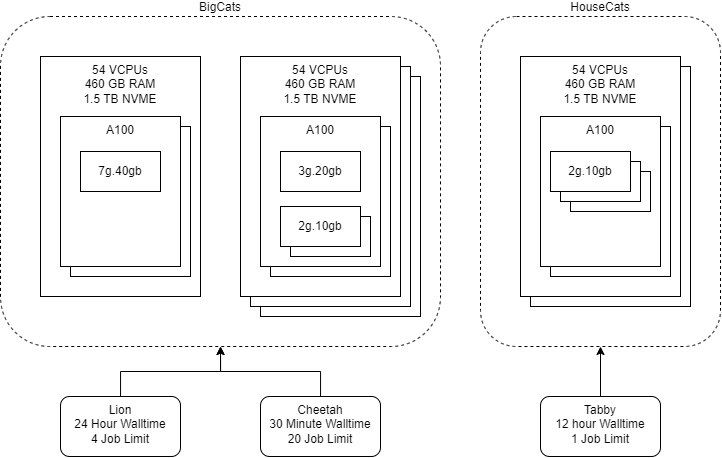
mitchellshargreaves-monash/MLeRP-Documentation keeps this draw.io diagram as images/mlerp-monash-arch.drawio.png. Above is the earlier version. Source tidied: cells renumbered, new cells last; positions are measured from the earlier drawing's top-left corner, leaving out a move shared by most shapes. Source of this version:
```xml
<mxGraphModel>
  <root>
    <mxCell id="0" />
    <mxCell id="1" parent="0" />
    <mxCell id="2" value="BigCats" style="rounded=1;whiteSpace=wrap;html=1;fillColor=none;dashed=1;labelPosition=center;verticalLabelPosition=top;align=center;verticalAlign=bottom;" parent="1" vertex="1">
      <mxGeometry width="440" height="330" as="geometry" />
    </mxCell>
    <mxCell id="3" value="54 VCPUs&lt;br style=&quot;border-color: var(--border-color);&quot;&gt;460 GB RAM&lt;br style=&quot;border-color: var(--border-color);&quot;&gt;1.5 TB NVME" style="rounded=0;whiteSpace=wrap;html=1;verticalAlign=top;" parent="1" vertex="1">
      <mxGeometry x="530" y="50" width="160" height="240" as="geometry" />
    </mxCell>
    <mxCell id="4" value="54 VCPUs&lt;br style=&quot;border-color: var(--border-color);&quot;&gt;460 GB RAM&lt;br style=&quot;border-color: var(--border-color);&quot;&gt;1.5 TB NVME" style="rounded=0;whiteSpace=wrap;html=1;verticalAlign=top;" parent="1" vertex="1">
      <mxGeometry x="260" y="60" width="160" height="240" as="geometry" />
    </mxCell>
    <mxCell id="5" value="54 VCPUs&lt;br style=&quot;border-color: var(--border-color);&quot;&gt;460 GB RAM&lt;br style=&quot;border-color: var(--border-color);&quot;&gt;1.5 TB NVME" style="rounded=0;whiteSpace=wrap;html=1;verticalAlign=top;" parent="1" vertex="1">
      <mxGeometry x="250" y="50" width="160" height="240" as="geometry" />
    </mxCell>
    <mxCell id="6" value="54 VCPUs&lt;br style=&quot;border-color: var(--border-color);&quot;&gt;460 GB RAM&lt;br style=&quot;border-color: var(--border-color);&quot;&gt;1.5 TB NVME" style="rounded=0;whiteSpace=wrap;html=1;verticalAlign=top;" parent="1" vertex="1">
      <mxGeometry x="240" y="40" width="160" height="240" as="geometry" />
    </mxCell>
    <mxCell id="7" value="A100" style="rounded=0;whiteSpace=wrap;html=1;labelPosition=center;verticalLabelPosition=middle;align=center;verticalAlign=top;" parent="1" vertex="1">
      <mxGeometry x="270" y="110" width="120" height="150" as="geometry" />
    </mxCell>
    <mxCell id="8" value="54 VCPUs&lt;br style=&quot;border-color: var(--border-color);&quot;&gt;460 GB RAM&lt;br style=&quot;border-color: var(--border-color);&quot;&gt;1.5 TB NVME" style="rounded=0;whiteSpace=wrap;html=1;verticalAlign=top;" parent="1" vertex="1">
      <mxGeometry x="40" y="40" width="160" height="240" as="geometry" />
    </mxCell>
    <mxCell id="9" value="A100" style="rounded=0;whiteSpace=wrap;html=1;labelPosition=center;verticalLabelPosition=middle;align=center;verticalAlign=top;" parent="1" vertex="1">
      <mxGeometry x="70" y="110" width="120" height="150" as="geometry" />
    </mxCell>
    <mxCell id="10" value="A100" style="rounded=0;whiteSpace=wrap;html=1;labelPosition=center;verticalLabelPosition=middle;align=center;verticalAlign=top;" parent="1" vertex="1">
      <mxGeometry x="60" y="100" width="120" height="150" as="geometry" />
    </mxCell>
    <mxCell id="11" value="7g.40gb" style="rounded=0;whiteSpace=wrap;html=1;" parent="1" vertex="1">
      <mxGeometry x="80" y="135" width="80" height="40" as="geometry" />
    </mxCell>
    <mxCell id="12" value="A100" style="rounded=0;whiteSpace=wrap;html=1;labelPosition=center;verticalLabelPosition=middle;align=center;verticalAlign=top;" parent="1" vertex="1">
      <mxGeometry x="260" y="100" width="120" height="150" as="geometry" />
    </mxCell>
    <mxCell id="13" value="3g.20gb" style="rounded=0;whiteSpace=wrap;html=1;" parent="1" vertex="1">
      <mxGeometry x="280" y="135" width="80" height="40" as="geometry" />
    </mxCell>
    <mxCell id="14" value="7g.40gb" style="rounded=0;whiteSpace=wrap;html=1;" parent="1" vertex="1">
      <mxGeometry x="290" y="200" width="80" height="40" as="geometry" />
    </mxCell>
    <mxCell id="15" value="2g.10gb" style="rounded=0;whiteSpace=wrap;html=1;" parent="1" vertex="1">
      <mxGeometry x="280" y="190" width="80" height="40" as="geometry" />
    </mxCell>
    <mxCell id="16" value="54 VCPUs&lt;br style=&quot;border-color: var(--border-color);&quot;&gt;460 GB RAM&lt;br style=&quot;border-color: var(--border-color);&quot;&gt;1.5 TB NVME" style="rounded=0;whiteSpace=wrap;html=1;verticalAlign=top;" parent="1" vertex="1">
      <mxGeometry x="520" y="40" width="160" height="240" as="geometry" />
    </mxCell>
    <mxCell id="17" value="A100" style="rounded=0;whiteSpace=wrap;html=1;labelPosition=center;verticalLabelPosition=middle;align=center;verticalAlign=top;" parent="1" vertex="1">
      <mxGeometry x="550" y="110" width="120" height="150" as="geometry" />
    </mxCell>
    <mxCell id="18" value="A100" style="rounded=0;whiteSpace=wrap;html=1;labelPosition=center;verticalLabelPosition=middle;align=center;verticalAlign=top;" parent="1" vertex="1">
      <mxGeometry x="540" y="100" width="120" height="150" as="geometry" />
    </mxCell>
    <mxCell id="19" value="7g.40gb" style="rounded=0;whiteSpace=wrap;html=1;" parent="1" vertex="1">
      <mxGeometry x="570" y="155" width="80" height="40" as="geometry" />
    </mxCell>
    <mxCell id="20" value="7g.40gb" style="rounded=0;whiteSpace=wrap;html=1;" parent="1" vertex="1">
      <mxGeometry x="560" y="145" width="80" height="40" as="geometry" />
    </mxCell>
    <mxCell id="21" value="2g.10gb" style="rounded=0;whiteSpace=wrap;html=1;" parent="1" vertex="1">
      <mxGeometry x="550" y="135" width="80" height="40" as="geometry" />
    </mxCell>
    <mxCell id="22" value="HouseCats" style="rounded=1;whiteSpace=wrap;html=1;fillColor=none;dashed=1;labelPosition=center;verticalLabelPosition=top;align=center;verticalAlign=bottom;" parent="1" vertex="1">
      <mxGeometry x="480" width="240" height="330" as="geometry" />
    </mxCell>
    <mxCell id="23" style="edgeStyle=orthogonalEdgeStyle;rounded=0;jettySize=auto;html=1;" parent="1" edge="1" source="24" target="2">
      <mxGeometry relative="1" as="geometry" />
    </mxCell>
    <mxCell id="24" value="Lion&lt;br&gt;24 Hour Walltime&lt;br&gt;4 Job Limit" style="rounded=1;whiteSpace=wrap;html=1;verticalAlign=top;" parent="1" vertex="1">
      <mxGeometry x="60" y="380" width="120" height="60" as="geometry" />
    </mxCell>
    <mxCell id="25" style="edgeStyle=orthogonalEdgeStyle;rounded=0;jettySize=auto;html=1;entryX=0.5;entryY=1;entryDx=0;entryDy=0;" parent="1" edge="1" source="26" target="2">
      <mxGeometry relative="1" as="geometry" />
    </mxCell>
    <mxCell id="26" value="Cheetah&lt;br&gt;30 Minute Walltime&lt;br&gt;20 Job Limit" style="rounded=1;whiteSpace=wrap;html=1;verticalAlign=top;" parent="1" vertex="1">
      <mxGeometry x="260" y="380" width="120" height="60" as="geometry" />
    </mxCell>
    <mxCell id="27" style="edgeStyle=orthogonalEdgeStyle;rounded=0;jettySize=auto;html=1;" parent="1" edge="1" source="28" target="22">
      <mxGeometry relative="1" as="geometry" />
    </mxCell>
    <mxCell id="28" value="Tabby&lt;br&gt;12 hour Walltime&lt;br&gt;1 Job Limit" style="rounded=1;whiteSpace=wrap;html=1;verticalAlign=top;" parent="1" vertex="1">
      <mxGeometry x="540" y="380" width="120" height="60" as="geometry" />
    </mxCell>
  </root>
</mxGraphModel>
```
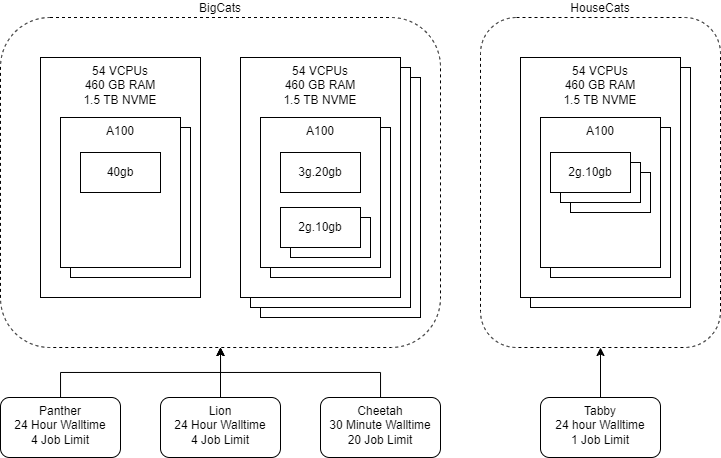
Later version of the same file.

The edit, as a diff of the source:
```diff
@@ -29,7 +29,7 @@
     <mxCell id="10" value="A100" style="rounded=0;whiteSpace=wrap;html=1;labelPosition=center;verticalLabelPosition=middle;align=center;verticalAlign=top;" parent="1" vertex="1">
       <mxGeometry x="60" y="100" width="120" height="150" as="geometry" />
     </mxCell>
-    <mxCell id="11" value="7g.40gb" style="rounded=0;whiteSpace=wrap;html=1;" parent="1" vertex="1">
+    <mxCell id="11" value="40gb" style="rounded=0;whiteSpace=wrap;html=1;" parent="1" vertex="1">
       <mxGeometry x="80" y="135" width="80" height="40" as="geometry" />
     </mxCell>
     <mxCell id="12" value="A100" style="rounded=0;whiteSpace=wrap;html=1;labelPosition=center;verticalLabelPosition=middle;align=center;verticalAlign=top;" parent="1" vertex="1">
@@ -69,19 +69,31 @@
       <mxGeometry relative="1" as="geometry" />
     </mxCell>
     <mxCell id="24" value="Lion&lt;br&gt;24 Hour Walltime&lt;br&gt;4 Job Limit" style="rounded=1;whiteSpace=wrap;html=1;verticalAlign=top;" parent="1" vertex="1">
-      <mxGeometry x="60" y="380" width="120" height="60" as="geometry" />
+      <mxGeometry x="160" y="380" width="120" height="60" as="geometry" />
     </mxCell>
     <mxCell id="25" style="edgeStyle=orthogonalEdgeStyle;rounded=0;jettySize=auto;html=1;entryX=0.5;entryY=1;entryDx=0;entryDy=0;" parent="1" edge="1" source="26" target="2">
       <mxGeometry relative="1" as="geometry" />
     </mxCell>
     <mxCell id="26" value="Cheetah&lt;br&gt;30 Minute Walltime&lt;br&gt;20 Job Limit" style="rounded=1;whiteSpace=wrap;html=1;verticalAlign=top;" parent="1" vertex="1">
-      <mxGeometry x="260" y="380" width="120" height="60" as="geometry" />
+      <mxGeometry x="320" y="380" width="120" height="60" as="geometry" />
     </mxCell>
     <mxCell id="27" style="edgeStyle=orthogonalEdgeStyle;rounded=0;jettySize=auto;html=1;" parent="1" edge="1" source="28" target="22">
       <mxGeometry relative="1" as="geometry" />
     </mxCell>
-    <mxCell id="28" value="Tabby&lt;br&gt;12 hour Walltime&lt;br&gt;1 Job Limit" style="rounded=1;whiteSpace=wrap;html=1;verticalAlign=top;" parent="1" vertex="1">
+    <mxCell id="28" value="Tabby&lt;br&gt;24 hour Walltime&lt;br&gt;1 Job Limit" style="rounded=1;whiteSpace=wrap;html=1;verticalAlign=top;" parent="1" vertex="1">
       <mxGeometry x="540" y="380" width="120" height="60" as="geometry" />
     </mxCell>
+    <mxCell id="29" style="edgeStyle=orthogonalEdgeStyle;rounded=0;jettySize=auto;html=1;" parent="1" edge="1" source="30">
+      <mxGeometry relative="1" as="geometry">
+        <mxPoint x="220" y="330" as="targetPoint" />
+        <Array as="points">
+          <mxPoint x="60" y="355" />
+          <mxPoint x="220" y="355" />
+        </Array>
+      </mxGeometry>
+    </mxCell>
+    <mxCell id="30" value="Panther&lt;br&gt;24 Hour Walltime&lt;br&gt;4 Job Limit" style="rounded=1;whiteSpace=wrap;html=1;verticalAlign=top;" parent="1" vertex="1">
+      <mxGeometry y="380" width="120" height="60" as="geometry" />
+    </mxCell>
   </root>
 </mxGraphModel>
```
